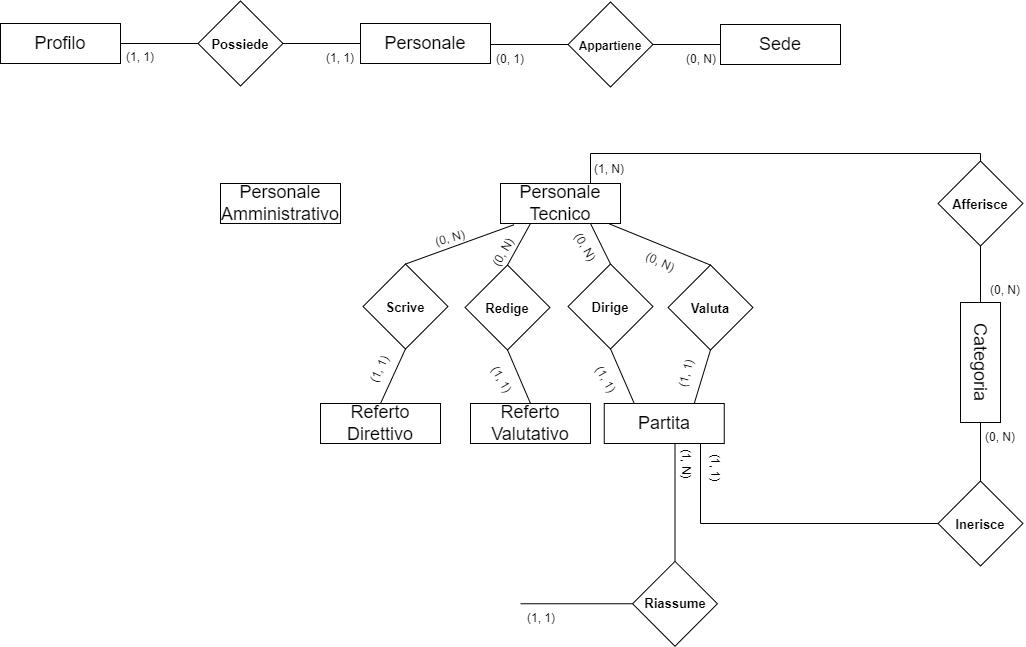
Earlier version of the draw.io export ERDiagram/WhistleERRistrutturato.drawio.png (savernike/DiagramsSet). Source tidied: cells renumbered, new cells last; positions are measured from the earlier drawing's top-left corner, leaving out a move shared by most shapes.
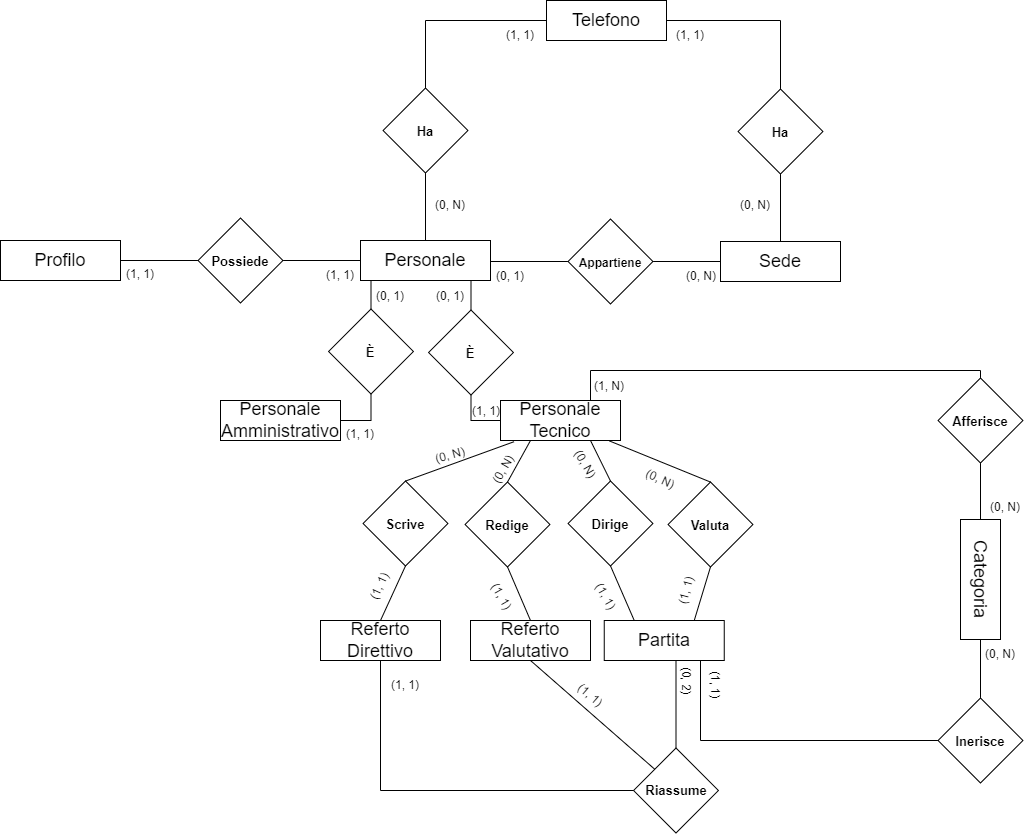
After the commit.

Commit message:
Schema E-R ristrutturato

What changed in the source:
```diff
@@ -2,6 +2,15 @@
   <root>
     <mxCell id="0" />
     <mxCell id="1" parent="0" />
+    <mxCell id="65" style="edgeStyle=orthogonalEdgeStyle;rounded=0;jettySize=auto;html=1;exitX=0.5;exitY=0;exitDx=0;exitDy=0;entryX=1;entryY=1;entryDx=0;entryDy=0;endArrow=none;endFill=0;" parent="1" edge="1" source="2" target="74">
+      <mxGeometry relative="1" as="geometry" />
+    </mxCell>
+    <mxCell id="66" style="edgeStyle=orthogonalEdgeStyle;shape=connector;rounded=0;jettySize=auto;html=1;exitX=0.75;exitY=1;exitDx=0;exitDy=0;entryX=0;entryY=0;entryDx=0;entryDy=0;labelBackgroundColor=default;strokeColor=default;fontFamily=Helvetica;fontSize=11;fontColor=default;endArrow=none;endFill=0;" parent="1" edge="1" source="2" target="85">
+      <mxGeometry relative="1" as="geometry" />
+    </mxCell>
+    <mxCell id="67" style="edgeStyle=orthogonalEdgeStyle;shape=connector;rounded=0;jettySize=auto;html=1;exitX=0.25;exitY=1;exitDx=0;exitDy=0;entryX=0;entryY=0;entryDx=0;entryDy=0;labelBackgroundColor=default;strokeColor=default;fontFamily=Helvetica;fontSize=11;fontColor=default;endArrow=none;endFill=0;" parent="1" edge="1" source="2" target="83">
+      <mxGeometry relative="1" as="geometry" />
+    </mxCell>
     <mxCell id="2" value="&lt;font style=&quot;font-size: 18px;&quot;&gt;Personale&lt;/font&gt;" style="rounded=0;whiteSpace=wrap;html=1;" parent="1" vertex="1">
       <mxGeometry x="360" y="10" width="130" height="40" as="geometry" />
     </mxCell>
@@ -37,6 +46,9 @@
     <mxCell id="12" value="&lt;font style=&quot;font-size: 18px;&quot;&gt;Sede&lt;/font&gt;" style="rounded=0;whiteSpace=wrap;html=1;fontFamily=Helvetica;fontSize=11;fontColor=default;" parent="1" vertex="1">
       <mxGeometry x="720" y="11" width="120" height="40" as="geometry" />
     </mxCell>
+    <mxCell id="68" style="edgeStyle=orthogonalEdgeStyle;shape=connector;rounded=0;jettySize=auto;html=1;exitX=1;exitY=0.5;exitDx=0;exitDy=0;entryX=1;entryY=1;entryDx=0;entryDy=0;labelBackgroundColor=default;strokeColor=default;fontFamily=Helvetica;fontSize=11;fontColor=default;endArrow=none;endFill=0;" parent="1" edge="1" source="13" target="83">
+      <mxGeometry relative="1" as="geometry" />
+    </mxCell>
     <mxCell id="13" value="&lt;font style=&quot;font-size: 18px;&quot;&gt;Personale&lt;br&gt;Amministrativo&lt;br&gt;&lt;/font&gt;" style="rounded=0;whiteSpace=wrap;html=1;fontFamily=Helvetica;fontSize=11;fontColor=default;" parent="1" vertex="1">
       <mxGeometry x="220" y="170" width="120" height="40" as="geometry" />
     </mxCell>
@@ -48,6 +60,9 @@
         </Array>
       </mxGeometry>
     </mxCell>
+    <mxCell id="69" style="edgeStyle=orthogonalEdgeStyle;shape=connector;rounded=0;jettySize=auto;html=1;exitX=0;exitY=0.5;exitDx=0;exitDy=0;entryX=1;entryY=1;entryDx=0;entryDy=0;labelBackgroundColor=default;strokeColor=default;fontFamily=Helvetica;fontSize=11;fontColor=default;endArrow=none;endFill=0;" parent="1" edge="1" source="15" target="85">
+      <mxGeometry relative="1" as="geometry" />
+    </mxCell>
     <mxCell id="15" value="&lt;font style=&quot;font-size: 18px;&quot;&gt;Personale&lt;br&gt;Tecnico&lt;br&gt;&lt;/font&gt;" style="rounded=0;whiteSpace=wrap;html=1;fontFamily=Helvetica;fontSize=11;fontColor=default;" parent="1" vertex="1">
       <mxGeometry x="500" y="170" width="120" height="40" as="geometry" />
     </mxCell>
@@ -104,6 +119,9 @@
     <mxCell id="31" style="endArrow=none;html=1;rounded=0;labelBackgroundColor=default;strokeColor=default;fontFamily=Helvetica;fontSize=11;fontColor=default;shape=connector;entryX=0.25;entryY=1;entryDx=0;entryDy=0;exitX=0;exitY=0;exitDx=0;exitDy=0;" parent="1" edge="1" source="16" target="15">
       <mxGeometry relative="1" as="geometry" />
     </mxCell>
+    <mxCell id="70" style="edgeStyle=orthogonalEdgeStyle;shape=connector;rounded=0;jettySize=auto;html=1;exitX=0.5;exitY=1;exitDx=0;exitDy=0;entryX=0;entryY=1;entryDx=0;entryDy=0;labelBackgroundColor=default;strokeColor=default;fontFamily=Helvetica;fontSize=11;fontColor=default;endArrow=none;endFill=0;" parent="1" edge="1" source="32" target="50">
+      <mxGeometry relative="1" as="geometry" />
+    </mxCell>
     <mxCell id="32" value="&lt;font style=&quot;font-size: 18px;&quot;&gt;Referto&lt;br&gt;Direttivo&lt;br&gt;&lt;/font&gt;" style="rounded=0;whiteSpace=wrap;html=1;fontFamily=Helvetica;fontSize=11;fontColor=default;" parent="1" vertex="1">
       <mxGeometry x="320" y="390" width="120" height="40" as="geometry" />
     </mxCell>
@@ -116,11 +134,6 @@
     <mxCell id="35" style="endArrow=none;html=1;rounded=0;labelBackgroundColor=default;strokeColor=default;fontFamily=Helvetica;fontSize=11;fontColor=default;shape=connector;exitX=0.5;exitY=0;exitDx=0;exitDy=0;entryX=1;entryY=1;entryDx=0;entryDy=0;" parent="1" edge="1" source="33" target="16">
       <mxGeometry relative="1" as="geometry" />
     </mxCell>
-    <mxCell id="36" style="edgeStyle=orthogonalEdgeStyle;rounded=0;jettySize=auto;html=1;exitX=1;exitY=0.5;exitDx=0;exitDy=0;entryX=0;entryY=1;entryDx=0;entryDy=0;endArrow=none;endFill=0;" parent="1" edge="1" target="50">
-      <mxGeometry relative="1" as="geometry">
-        <mxPoint x="520" y="590.3" as="sourcePoint" />
-      </mxGeometry>
-    </mxCell>
     <mxCell id="37" value="(1, 1)" style="text;strokeColor=none;align=center;fillColor=none;html=1;verticalAlign=middle;whiteSpace=wrap;rounded=0;rotation=0;" parent="1" vertex="1">
       <mxGeometry x="319.5" y="30" width="40" height="30" as="geometry" />
     </mxCell>
@@ -165,10 +178,10 @@
       </mxGeometry>
     </mxCell>
     <mxCell id="50" style="whiteSpace=wrap;html=1;fontFamily=Helvetica;fontSize=11;fontColor=default;rotation=45;" parent="1" vertex="1">
-      <mxGeometry x="644.5" y="560.3" width="60" height="60" as="geometry" />
+      <mxGeometry x="645.5" y="530" width="60" height="60" as="geometry" />
     </mxCell>
     <mxCell id="51" value="&lt;font style=&quot;font-size: 13px;&quot;&gt;&lt;b&gt;Riassume&lt;/b&gt;&lt;/font&gt;" style="text;strokeColor=none;align=center;fillColor=none;html=1;verticalAlign=middle;whiteSpace=wrap;rounded=0;fontSize=11;fontFamily=Helvetica;fontColor=default;" parent="1" vertex="1">
-      <mxGeometry x="644.5" y="575.1" width="60" height="30" as="geometry" />
+      <mxGeometry x="645.5" y="544.8" width="60" height="30" as="geometry" />
     </mxCell>
     <mxCell id="52" style="edgeStyle=orthogonalEdgeStyle;shape=connector;rounded=0;jettySize=auto;html=1;exitX=1;exitY=1;exitDx=0;exitDy=0;entryX=1;entryY=0.5;entryDx=0;entryDy=0;labelBackgroundColor=default;strokeColor=default;fontFamily=Helvetica;fontSize=11;fontColor=default;endArrow=none;endFill=0;" parent="1" edge="1" source="53" target="56">
       <mxGeometry relative="1" as="geometry" />
@@ -203,11 +216,77 @@
     <mxCell id="62" value="(0, N)" style="text;strokeColor=none;align=center;fillColor=none;html=1;verticalAlign=middle;whiteSpace=wrap;rounded=0;rotation=0;" parent="1" vertex="1">
       <mxGeometry x="980" y="409" width="40" height="30" as="geometry" />
     </mxCell>
-    <mxCell id="63" value="(1, N)" style="text;strokeColor=none;align=center;fillColor=none;html=1;verticalAlign=middle;whiteSpace=wrap;rounded=0;rotation=90;" parent="1" vertex="1">
+    <mxCell id="63" value="(0, 2)" style="text;strokeColor=none;align=center;fillColor=none;html=1;verticalAlign=middle;whiteSpace=wrap;rounded=0;rotation=90;" parent="1" vertex="1">
       <mxGeometry x="665.5" y="435" width="40" height="30" as="geometry" />
     </mxCell>
-    <mxCell id="64" value="(1, 1)" style="text;strokeColor=none;align=center;fillColor=none;html=1;verticalAlign=middle;whiteSpace=wrap;rounded=0;rotation=0;" parent="1" vertex="1">
-      <mxGeometry x="520.9" y="590.3" width="40" height="30" as="geometry" />
-    </mxCell>
+    <mxCell id="71" style="edgeStyle=orthogonalEdgeStyle;shape=connector;rounded=0;jettySize=auto;html=1;exitX=1;exitY=0.5;exitDx=0;exitDy=0;entryX=0;entryY=0;entryDx=0;entryDy=0;labelBackgroundColor=default;strokeColor=default;fontFamily=Helvetica;fontSize=11;fontColor=default;endArrow=none;endFill=0;" parent="1" edge="1" source="72" target="77">
+      <mxGeometry relative="1" as="geometry" />
+    </mxCell>
+    <mxCell id="72" value="&lt;font style=&quot;font-size: 18px;&quot;&gt;Telefono&lt;/font&gt;" style="rounded=0;whiteSpace=wrap;html=1;fontFamily=Helvetica;fontSize=11;fontColor=default;rotation=0;" parent="1" vertex="1">
+      <mxGeometry x="546" y="-230" width="120" height="40" as="geometry" />
+    </mxCell>
+    <mxCell id="73" style="edgeStyle=orthogonalEdgeStyle;shape=connector;rounded=0;jettySize=auto;html=1;exitX=0;exitY=0;exitDx=0;exitDy=0;entryX=0;entryY=0.5;entryDx=0;entryDy=0;labelBackgroundColor=default;strokeColor=default;fontFamily=Helvetica;fontSize=11;fontColor=default;endArrow=none;endFill=0;" parent="1" edge="1" source="74" target="72">
+      <mxGeometry relative="1" as="geometry" />
+    </mxCell>
+    <mxCell id="74" style="whiteSpace=wrap;html=1;fontFamily=Helvetica;fontSize=11;fontColor=default;rotation=45;" parent="1" vertex="1">
+      <mxGeometry x="395" y="-130" width="60" height="60" as="geometry" />
+    </mxCell>
+    <mxCell id="75" value="&lt;font style=&quot;font-size: 13px;&quot;&gt;&lt;b&gt;Ha&lt;/b&gt;&lt;/font&gt;" style="text;strokeColor=none;align=center;fillColor=none;html=1;verticalAlign=middle;whiteSpace=wrap;rounded=0;fontSize=11;fontFamily=Helvetica;fontColor=default;" parent="1" vertex="1">
+      <mxGeometry x="394.5" y="-114" width="60" height="30" as="geometry" />
+    </mxCell>
+    <mxCell id="76" style="edgeStyle=orthogonalEdgeStyle;shape=connector;rounded=0;jettySize=auto;html=1;exitX=1;exitY=1;exitDx=0;exitDy=0;labelBackgroundColor=default;strokeColor=default;fontFamily=Helvetica;fontSize=11;fontColor=default;endArrow=none;endFill=0;" parent="1" edge="1" source="77" target="12">
+      <mxGeometry relative="1" as="geometry" />
+    </mxCell>
+    <mxCell id="77" style="whiteSpace=wrap;html=1;fontFamily=Helvetica;fontSize=11;fontColor=default;rotation=45;" parent="1" vertex="1">
+      <mxGeometry x="750" y="-129" width="60" height="60" as="geometry" />
+    </mxCell>
+    <mxCell id="78" value="&lt;font style=&quot;font-size: 13px;&quot;&gt;&lt;b&gt;Ha&lt;/b&gt;&lt;/font&gt;" style="text;strokeColor=none;align=center;fillColor=none;html=1;verticalAlign=middle;whiteSpace=wrap;rounded=0;fontSize=11;fontFamily=Helvetica;fontColor=default;" parent="1" vertex="1">
+      <mxGeometry x="750" y="-113" width="60" height="30" as="geometry" />
+    </mxCell>
+    <mxCell id="79" value="(0, N)" style="text;strokeColor=none;align=center;fillColor=none;html=1;verticalAlign=middle;whiteSpace=wrap;rounded=0;rotation=0;" parent="1" vertex="1">
+      <mxGeometry x="430" y="-40" width="40" height="30" as="geometry" />
+    </mxCell>
+    <mxCell id="80" value="(1, 1)" style="text;strokeColor=none;align=center;fillColor=none;html=1;verticalAlign=middle;whiteSpace=wrap;rounded=0;rotation=0;" parent="1" vertex="1">
+      <mxGeometry x="500" y="-210" width="40" height="30" as="geometry" />
+    </mxCell>
+    <mxCell id="81" value="(0, N)" style="text;strokeColor=none;align=center;fillColor=none;html=1;verticalAlign=middle;whiteSpace=wrap;rounded=0;rotation=0;" parent="1" vertex="1">
+      <mxGeometry x="735" y="-40" width="40" height="30" as="geometry" />
+    </mxCell>
+    <mxCell id="82" value="(1, 1)" style="text;strokeColor=none;align=center;fillColor=none;html=1;verticalAlign=middle;whiteSpace=wrap;rounded=0;rotation=0;" parent="1" vertex="1">
+      <mxGeometry x="670" y="-210" width="40" height="30" as="geometry" />
+    </mxCell>
+    <mxCell id="83" style="whiteSpace=wrap;html=1;fontFamily=Helvetica;fontSize=11;fontColor=default;rotation=45;" parent="1" vertex="1">
+      <mxGeometry x="340.5" y="91" width="60" height="60" as="geometry" />
+    </mxCell>
+    <mxCell id="84" value="&lt;font style=&quot;font-size: 13px;&quot;&gt;&lt;b&gt;È&lt;/b&gt;&lt;/font&gt;" style="text;strokeColor=none;align=center;fillColor=none;html=1;verticalAlign=middle;whiteSpace=wrap;rounded=0;fontSize=11;fontFamily=Helvetica;fontColor=default;" parent="1" vertex="1">
+      <mxGeometry x="340" y="107" width="60" height="30" as="geometry" />
+    </mxCell>
+    <mxCell id="85" style="whiteSpace=wrap;html=1;fontFamily=Helvetica;fontSize=11;fontColor=default;rotation=45;" parent="1" vertex="1">
+      <mxGeometry x="440.5" y="92" width="60" height="60" as="geometry" />
+    </mxCell>
+    <mxCell id="86" value="&lt;font style=&quot;font-size: 13px;&quot;&gt;&lt;b&gt;È&lt;/b&gt;&lt;/font&gt;" style="text;strokeColor=none;align=center;fillColor=none;html=1;verticalAlign=middle;whiteSpace=wrap;rounded=0;fontSize=11;fontFamily=Helvetica;fontColor=default;" parent="1" vertex="1">
+      <mxGeometry x="440" y="108" width="60" height="30" as="geometry" />
+    </mxCell>
+    <mxCell id="87" value="(0, 1)" style="text;strokeColor=none;align=center;fillColor=none;html=1;verticalAlign=middle;whiteSpace=wrap;rounded=0;rotation=0;" parent="1" vertex="1">
+      <mxGeometry x="430" y="51" width="40" height="30" as="geometry" />
+    </mxCell>
+    <mxCell id="88" value="(0, 1)" style="text;strokeColor=none;align=center;fillColor=none;html=1;verticalAlign=middle;whiteSpace=wrap;rounded=0;rotation=0;" parent="1" vertex="1">
+      <mxGeometry x="370" y="51" width="40" height="30" as="geometry" />
+    </mxCell>
+    <mxCell id="89" value="(1, 1)" style="text;strokeColor=none;align=center;fillColor=none;html=1;verticalAlign=middle;whiteSpace=wrap;rounded=0;rotation=0;" parent="1" vertex="1">
+      <mxGeometry x="340" y="189" width="40" height="30" as="geometry" />
+    </mxCell>
+    <mxCell id="90" value="(1, 1)" style="text;strokeColor=none;align=center;fillColor=none;html=1;verticalAlign=middle;whiteSpace=wrap;rounded=0;rotation=0;" parent="1" vertex="1">
+      <mxGeometry x="466" y="166" width="40" height="30" as="geometry" />
+    </mxCell>
+    <mxCell id="91" style="endArrow=none;html=1;rounded=0;labelBackgroundColor=default;strokeColor=default;fontFamily=Helvetica;fontSize=11;fontColor=default;shape=connector;exitX=0.5;exitY=1;exitDx=0;exitDy=0;entryX=0;entryY=0.5;entryDx=0;entryDy=0;" parent="1" edge="1" source="33" target="50">
+      <mxGeometry relative="1" as="geometry" />
+    </mxCell>
+    <mxCell id="92" value="(1, 1)" style="text;strokeColor=none;align=center;fillColor=none;html=1;verticalAlign=middle;whiteSpace=wrap;rounded=0;rotation=40;" parent="1" vertex="1">
+      <mxGeometry x="570" y="450" width="40" height="30" as="geometry" />
+    </mxCell>
+    <mxCell id="93" value="(1, 1)" style="text;strokeColor=none;align=center;fillColor=none;html=1;verticalAlign=middle;whiteSpace=wrap;rounded=0;rotation=0;" parent="1" vertex="1">
+      <mxGeometry x="385" y="440" width="40" height="30" as="geometry" />
+    </mxCell>
   </root>
 </mxGraphModel>
```
